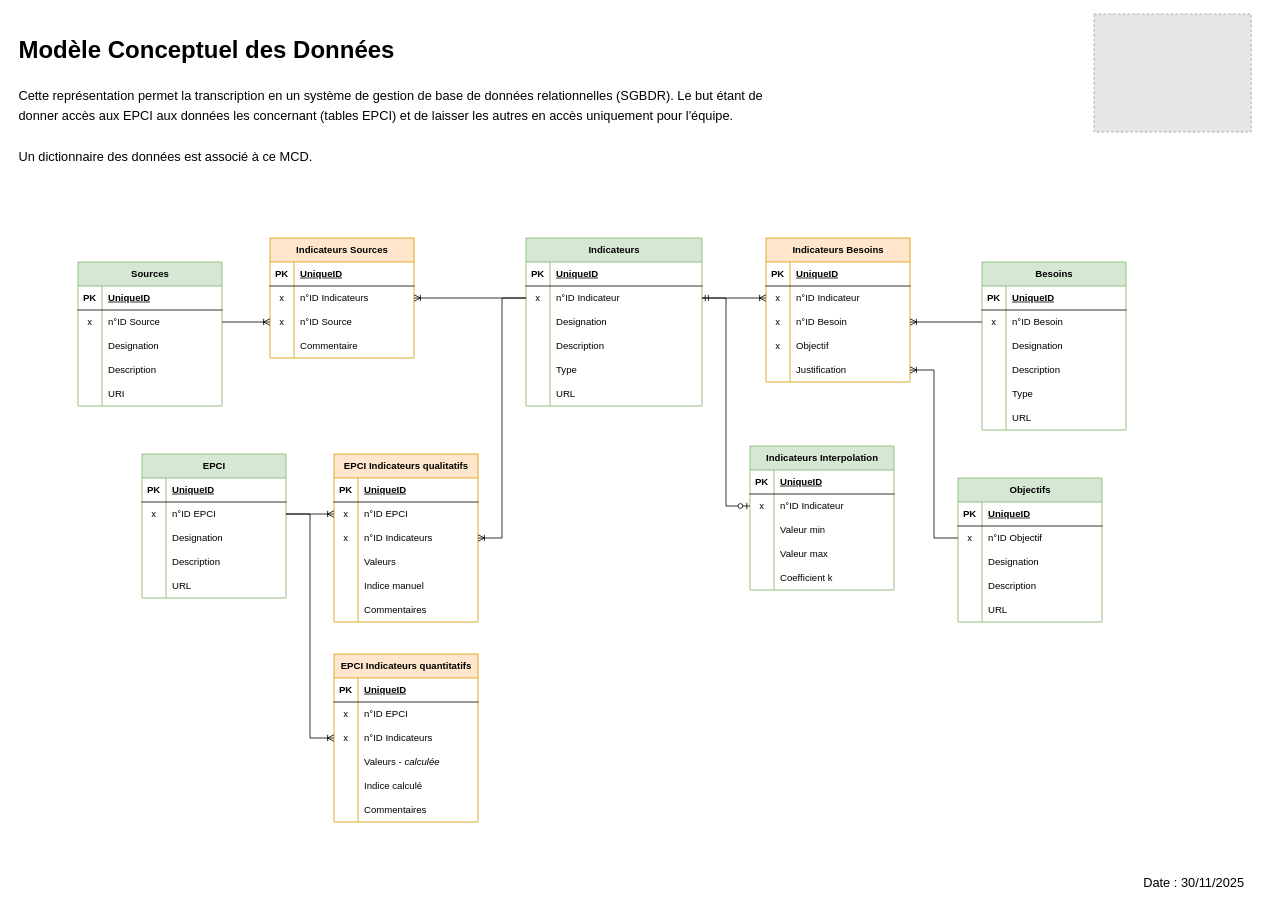
Earlier version of the draw.io diagram MCD Diag360.drawio (Konsilion/konsilion-drive). Source tidied: cells renumbered, new cells numbered last; positions are measured from the earlier drawing's top-left corner, leaving out a move shared by most shapes. Both pictures are drawn from the tidied source at 80%, with x=0, y=0 at pixel (14, 14). Pictures stored in the file or linked from it are replaced by grey dashed boxes.
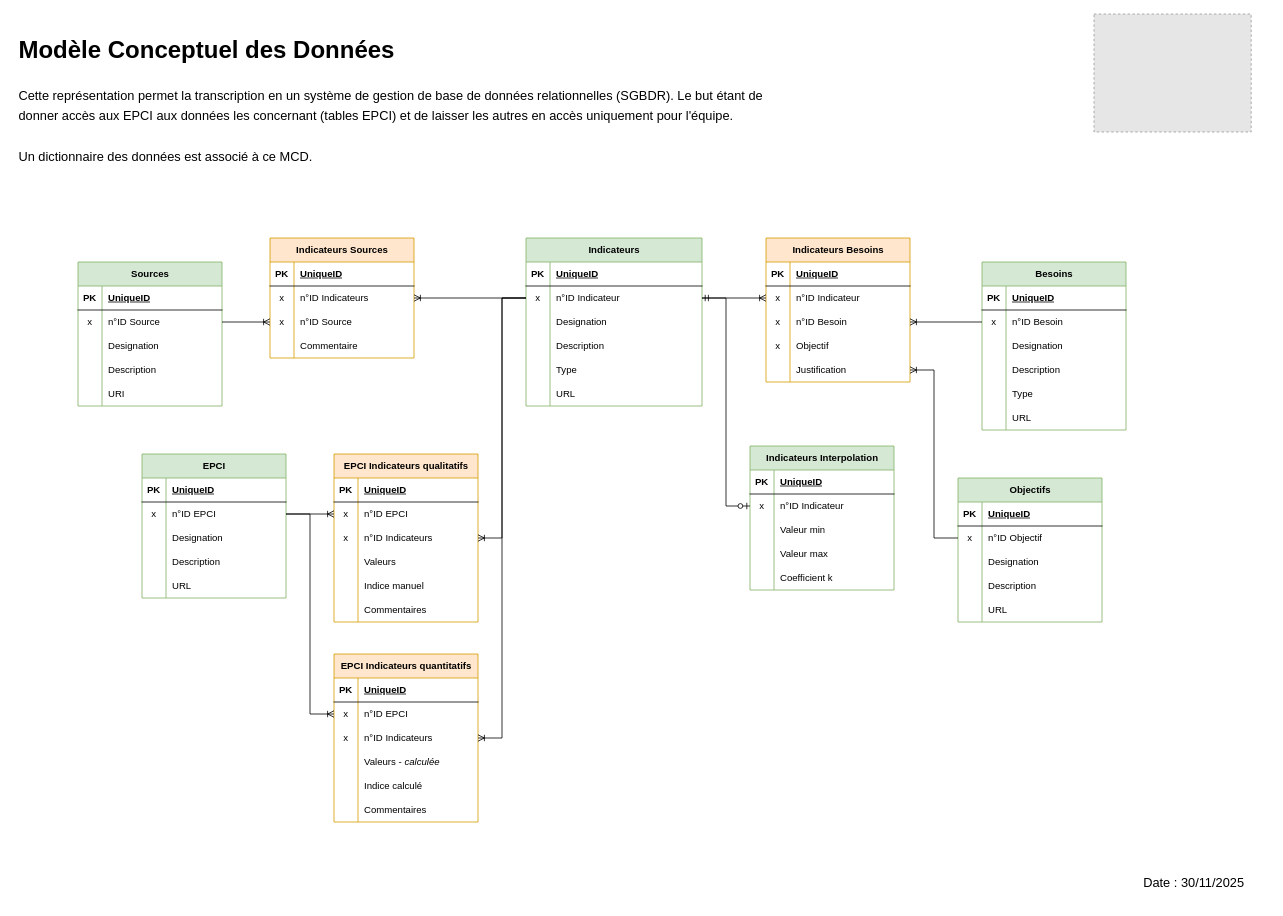
The same diagram, later.

Commit message:
Mettre à jour MCD Diag360.drawio

Unchanged cells that the change refers to:
```xml
<mxCell id="6" style="shape=tableRow;horizontal=0;startSize=0;swimlaneHead=0;swimlaneBody=0;fillColor=none;points=[[0,0.5],[1,0.5]];portConstraint=eastwest;top=0;left=0;right=0;bottom=0;" parent="2" vertex="1">
  <mxGeometry y="60" width="220" height="30" as="geometry" />
</mxCell>
<mxCell id="93" style="shape=tableRow;horizontal=0;startSize=0;swimlaneHead=0;swimlaneBody=0;fillColor=none;points=[[0,0.5],[1,0.5]];portConstraint=eastwest;top=0;left=0;right=0;bottom=0;" parent="89" vertex="1">
  <mxGeometry y="60" width="180" height="30" as="geometry" />
</mxCell>
<mxCell id="164" style="shape=tableRow;horizontal=0;startSize=0;swimlaneHead=0;swimlaneBody=0;fillColor=none;points=[[0,0.5],[1,0.5]];portConstraint=eastwest;top=0;left=0;right=0;bottom=0;" parent="160" vertex="1">
  <mxGeometry y="60" width="180" height="30" as="geometry" />
</mxCell>
<mxCell id="167" style="shape=tableRow;horizontal=0;startSize=0;swimlaneHead=0;swimlaneBody=0;fillColor=none;points=[[0,0.5],[1,0.5]];portConstraint=eastwest;top=0;left=0;right=0;bottom=0;" parent="160" vertex="1">
  <mxGeometry y="90" width="180" height="30" as="geometry" />
</mxCell>
```

Change to the diagram source:
```diff
@@
-    <mxCell id="179" style="edgeStyle=entityRelationEdgeStyle;fontSize=12;html=1;endArrow=ERoneToMany;rounded=0;exitX=1;exitY=0.5;exitDx=0;exitDy=0;entryX=0;entryY=0.5;entryDx=0;entryDy=0;" parent="1" edge="1" source="93" target="167">
+    <mxCell id="179" style="edgeStyle=entityRelationEdgeStyle;fontSize=12;html=1;endArrow=ERoneToMany;rounded=0;exitX=1;exitY=0.5;exitDx=0;exitDy=0;entryX=0;entryY=0.5;entryDx=0;entryDy=0;" parent="1" edge="1" source="93" target="164">
       <mxGeometry relative="1" as="geometry" />
     </mxCell>
@@
+    <mxCell id="183" style="edgeStyle=entityRelationEdgeStyle;fontSize=12;html=1;endArrow=ERoneToMany;rounded=0;exitX=0;exitY=0.5;exitDx=0;exitDy=0;entryX=1;entryY=0.5;entryDx=0;entryDy=0;" parent="1" edge="1" source="6" target="167">
+      <mxGeometry relative="1" as="geometry" />
+    </mxCell>
```
